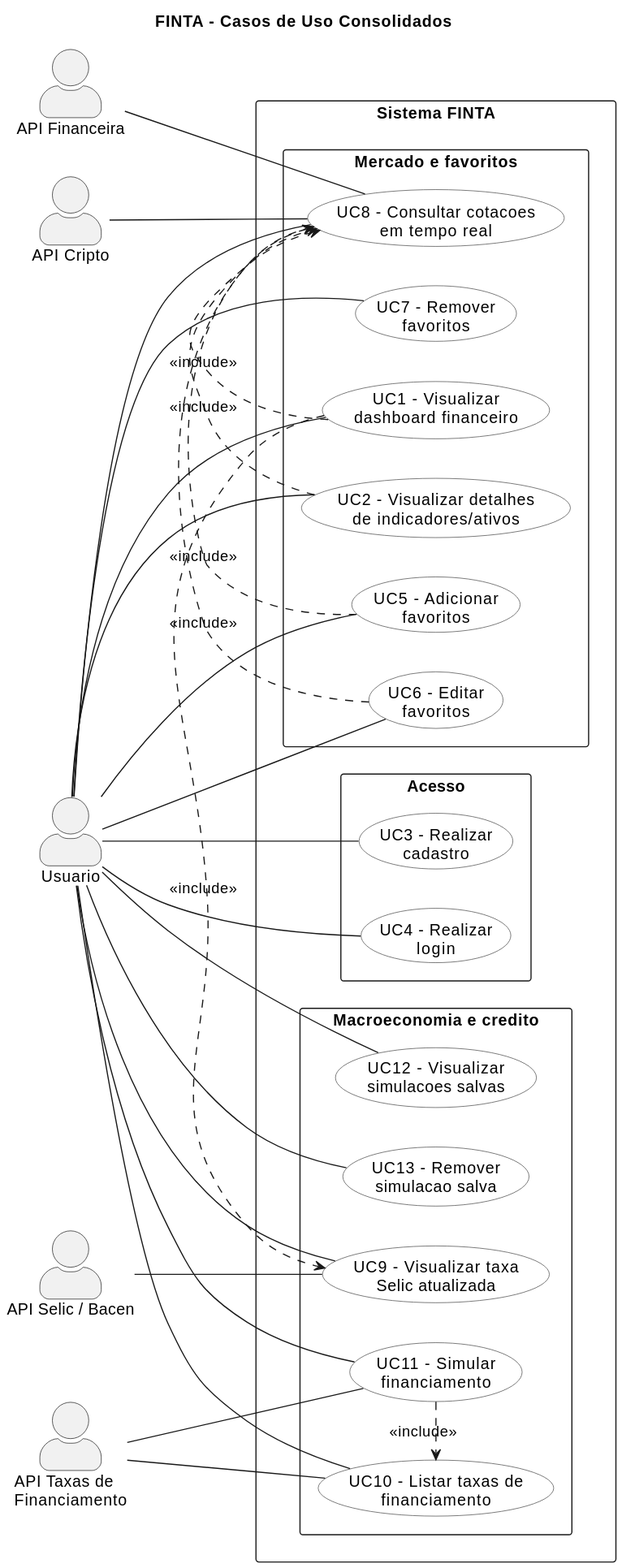
p4cs-974/projeto-finta keeps this PlantUML diagram as Tópicos Avançados de Engenharia de Software/lab-3/diagrams/casos-de-uso-finta.svg. Above is the earlier version.
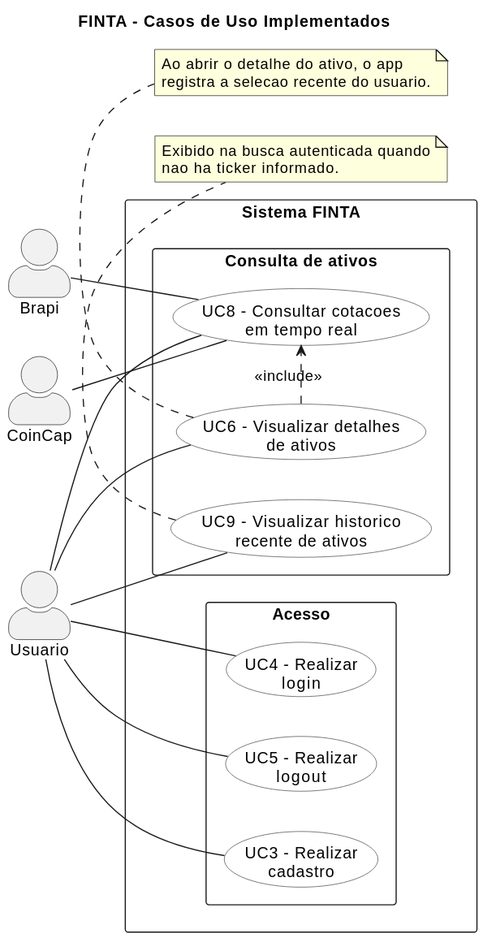
The same diagram one commit later.

The edit, as a diff of the source:
```diff
@@ -8,62 +8,45 @@
 }
 skinparam actorStyle awesome
 
-title FINTA - Casos de Uso Consolidados
+title FINTA - Casos de Uso Implementados
 
 actor "Usuario" as User
-actor "API Financeira" as FinanceApi
-actor "API Cripto" as CryptoApi
-actor "API Selic / Bacen" as SelicApi
-actor "API Taxas de\nFinanciamento" as FundingApi
+actor "Brapi" as Brapi
+actor "CoinCap" as CoinCap
 
 rectangle "Sistema FINTA" {
   package "Acesso" {
     usecase "UC3 - Realizar\ncadastro" as UC3
     usecase "UC4 - Realizar\nlogin" as UC4
+    usecase "UC5 - Realizar\nlogout" as UC5
   }
 
-  package "Mercado e favoritos" {
-    usecase "UC1 - Visualizar\ndashboard financeiro" as UC1
-    usecase "UC2 - Visualizar detalhes\nde indicadores/ativos" as UC2
-    usecase "UC5 - Adicionar\nfavoritos" as UC5
-    usecase "UC6 - Editar\nfavoritos" as UC6
-    usecase "UC7 - Remover\nfavoritos" as UC7
+  package "Consulta de ativos" {
+    usecase "UC6 - Visualizar detalhes\nde ativos" as UC6
     usecase "UC8 - Consultar cotacoes\nem tempo real" as UC8
-  }
-
-  package "Macroeconomia e credito" {
-    usecase "UC9 - Visualizar taxa\nSelic atualizada" as UC9
-    usecase "UC10 - Listar taxas de\nfinanciamento" as UC10
-    usecase "UC11 - Simular\nfinanciamento" as UC11
-    usecase "UC12 - Visualizar\nsimulacoes salvas" as UC12
-    usecase "UC13 - Remover\nsimulacao salva" as UC13
+    usecase "UC9 - Visualizar historico\nrecente de ativos" as UC9
   }
 }
 
-User -- UC1
-User -- UC2
 User -- UC3
 User -- UC4
 User -- UC5
 User -- UC6
-User -- UC7
 User -- UC8
 User -- UC9
-User -- UC10
-User -- UC11
-User -- UC12
-User -- UC13
 
-UC1 .> UC8 : <<include>>
-UC1 .> UC9 : <<include>>
-UC2 .> UC8 : <<include>>
-UC5 .> UC8 : <<include>>
 UC6 .> UC8 : <<include>>
-UC11 .> UC10 : <<include>>
 
-FinanceApi -- UC8
-CryptoApi -- UC8
-SelicApi -- UC9
-FundingApi -- UC10
-FundingApi -- UC11
+Brapi -- UC8
+CoinCap -- UC8
+
+note bottom of UC9
+Exibido na busca autenticada quando
+nao ha ticker informado.
+end note
+
+note bottom of UC6
+Ao abrir o detalhe do ativo, o app
+registra a selecao recente do usuario.
+end note
 @enduml
```
